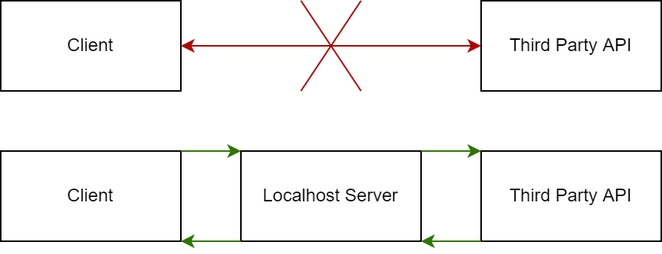
This is UML & Flowcharts/pngs/Client-server-api.drawio.png from denBruneBarone/P2, a draw.io export, as it was before one commit. Source tidied: cells renumbered, new cells last; positions are measured from the earlier drawing's top-left corner, leaving out a move shared by most shapes. The source it was exported from:
```xml
<mxGraphModel>
  <root>
    <mxCell id="0" />
    <mxCell id="1" parent="0" />
    <mxCell id="2" value="Client" style="rounded=0;whiteSpace=wrap;html=1;" parent="1" vertex="1">
      <mxGeometry y="100" width="120" height="60" as="geometry" />
    </mxCell>
    <mxCell id="3" value="Localhost Server" style="rounded=0;whiteSpace=wrap;html=1;" parent="1" vertex="1">
      <mxGeometry x="160" y="100" width="120" height="60" as="geometry" />
    </mxCell>
    <mxCell id="4" value="Third Party API" style="rounded=0;whiteSpace=wrap;html=1;" parent="1" vertex="1">
      <mxGeometry x="320" y="100" width="120" height="60" as="geometry" />
    </mxCell>
    <mxCell id="5" style="endArrow=classic;html=1;rounded=0;fillColor=#60a917;strokeColor=#2D7600;" parent="1" edge="1">
      <mxGeometry relative="1" as="geometry">
        <mxPoint x="120" y="100" as="sourcePoint" />
        <mxPoint x="160" y="100" as="targetPoint" />
      </mxGeometry>
    </mxCell>
    <mxCell id="6" style="endArrow=classic;html=1;rounded=0;exitX=1;exitY=0;exitDx=0;exitDy=0;entryX=0;entryY=0;entryDx=0;entryDy=0;fillColor=#60a917;strokeColor=#2D7600;" parent="1" edge="1" source="3" target="4">
      <mxGeometry relative="1" as="geometry" />
    </mxCell>
    <mxCell id="7" style="endArrow=classic;html=1;rounded=0;exitX=0;exitY=1;exitDx=0;exitDy=0;entryX=1;entryY=1;entryDx=0;entryDy=0;fillColor=#60a917;strokeColor=#2D7600;" parent="1" edge="1" source="4" target="3">
      <mxGeometry relative="1" as="geometry" />
    </mxCell>
    <mxCell id="8" style="endArrow=classic;html=1;rounded=0;exitX=0;exitY=1;exitDx=0;exitDy=0;entryX=1;entryY=1;entryDx=0;entryDy=0;fillColor=#60a917;strokeColor=#2D7600;" parent="1" edge="1" source="3" target="2">
      <mxGeometry relative="1" as="geometry" />
    </mxCell>
    <mxCell id="9" value="Client" style="rounded=0;whiteSpace=wrap;html=1;" parent="1" vertex="1">
      <mxGeometry width="120" height="60" as="geometry" />
    </mxCell>
    <mxCell id="10" value="Third Party API" style="rounded=0;whiteSpace=wrap;html=1;" parent="1" vertex="1">
      <mxGeometry x="320" width="120" height="60" as="geometry" />
    </mxCell>
    <mxCell id="11" style="endArrow=classic;startArrow=classic;html=1;rounded=0;exitX=1;exitY=0.5;exitDx=0;exitDy=0;entryX=0;entryY=0.5;entryDx=0;entryDy=0;fillColor=#e51400;strokeColor=#B20000;" parent="1" edge="1" source="9" target="10">
      <mxGeometry relative="1" as="geometry" />
    </mxCell>
    <mxCell id="12" style="endArrow=none;html=1;rounded=0;fillColor=#e51400;strokeColor=#B20000;" parent="1" edge="1">
      <mxGeometry relative="1" as="geometry">
        <mxPoint x="200" y="60" as="sourcePoint" />
        <mxPoint x="240" as="targetPoint" />
      </mxGeometry>
    </mxCell>
    <mxCell id="13" style="endArrow=none;html=1;rounded=0;fillColor=#e51400;strokeColor=#B20000;" parent="1" edge="1">
      <mxGeometry relative="1" as="geometry">
        <mxPoint x="240" y="60" as="sourcePoint" />
        <mxPoint x="200" as="targetPoint" />
      </mxGeometry>
    </mxCell>
  </root>
</mxGraphModel>
```
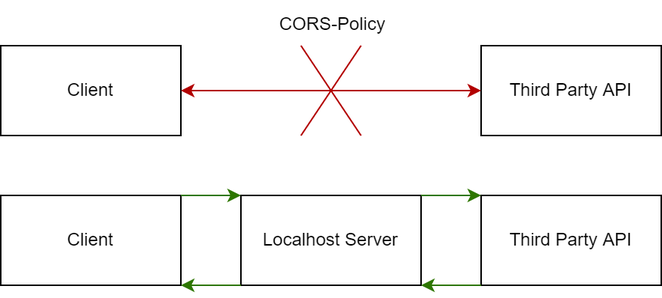
Later version of the same file.

The edit, as a diff of the source:
```diff
@@ -47,5 +47,8 @@
         <mxPoint x="200" as="targetPoint" />
       </mxGeometry>
     </mxCell>
+    <mxCell id="14" value="CORS-Policy" style="text;strokeColor=none;fillColor=none;align=left;verticalAlign=middle;spacingLeft=4;spacingRight=4;overflow=hidden;" parent="1" vertex="1">
+      <mxGeometry x="180" y="-30" width="80" height="30" as="geometry" />
+    </mxCell>
   </root>
 </mxGraphModel>
```
